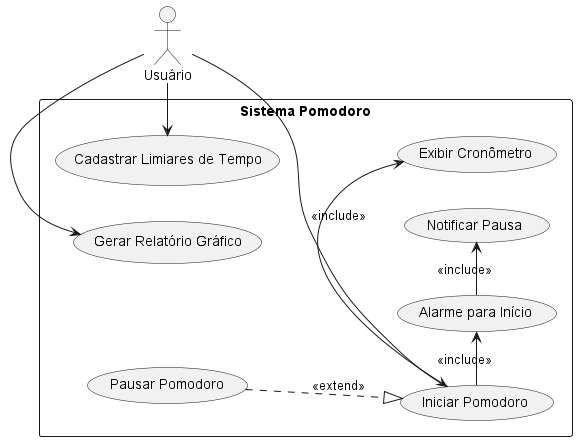
The PlantUML diagram docs/diagramas/Diagrama de Casos de Uso.png in queirozPedro/pomodoro, before a commit. Its diagram source:
```plantuml
@startuml "Diagrama de Casos de Uso"

actor "Usuário" as Usuario

left to right direction

rectangle "Sistema Pomodoro" {

    usecase "Cadastrar Limiares de Tempo" as CadastrarTempo

    usecase "Iniciar Pomodoro" as IniciarPomodoro
    usecase "Pausar Pomodoro" as PausarPomodoro
    usecase "Exibir Cronômetro" as ExibirCronometro

    usecase "Notificar Pausa" as NotificarPausa
    usecase "Alarme para Início" as AlarmeInicio

    usecase "Gerar Relatório Gráfico" as GerarRelatorio

    Usuario -> CadastrarTempo
    Usuario -> IniciarPomodoro
    Usuario -> GerarRelatorio

    IniciarPomodoro -> ExibirCronometro : "<<include>>"
    IniciarPomodoro -> AlarmeInicio : "<<include>>"

    PausarPomodoro ..|> IniciarPomodoro : "<<extend>>"
    AlarmeInicio -> NotificarPausa : "<<include>>"

}

@enduml
```
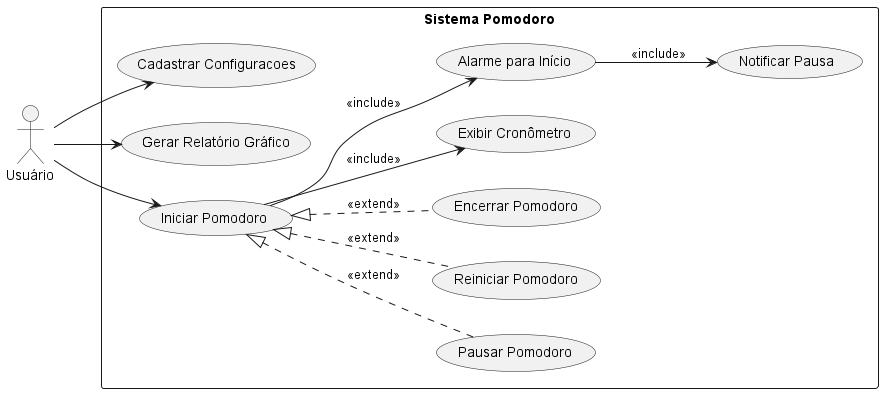
After the commit.

Commit message:
feat(doc) : Atualizar a diagramação do projeto

Diff of the diagram source:
```diff
@@ -6,10 +6,12 @@
 
 rectangle "Sistema Pomodoro" {
 
-    usecase "Cadastrar Limiares de Tempo" as CadastrarTempo
+    usecase "Cadastrar Configuracoes" as CadastrarConfiguracoes
 
     usecase "Iniciar Pomodoro" as IniciarPomodoro
     usecase "Pausar Pomodoro" as PausarPomodoro
+    usecase "Reiniciar Pomodoro" as ReiniciarPomodoro
+    usecase "Encerrar Pomodoro" as EncerrarPomodoro
     usecase "Exibir Cronômetro" as ExibirCronometro
 
     usecase "Notificar Pausa" as NotificarPausa
@@ -17,15 +19,17 @@
 
     usecase "Gerar Relatório Gráfico" as GerarRelatorio
 
-    Usuario -> CadastrarTempo
-    Usuario -> IniciarPomodoro
-    Usuario -> GerarRelatorio
+    Usuario --> IniciarPomodoro
+    Usuario -right-> CadastrarConfiguracoes
+    Usuario -right-> GerarRelatorio
 
-    IniciarPomodoro -> ExibirCronometro : "<<include>>"
-    IniciarPomodoro -> AlarmeInicio : "<<include>>"
+    IniciarPomodoro --> ExibirCronometro : "<<include>>"
+    IniciarPomodoro --> AlarmeInicio : "<<include>>"
 
-    PausarPomodoro ..|> IniciarPomodoro : "<<extend>>"
-    AlarmeInicio -> NotificarPausa : "<<include>>"
+    PausarPomodoro .up.|> IniciarPomodoro : "<<extend>>"
+    ReiniciarPomodoro .up.|> IniciarPomodoro : "<<extend>>"
+    EncerrarPomodoro .up.|> IniciarPomodoro : "<<extend>>"
+    AlarmeInicio --> NotificarPausa : "<<include>>"
 
 }
 
```
